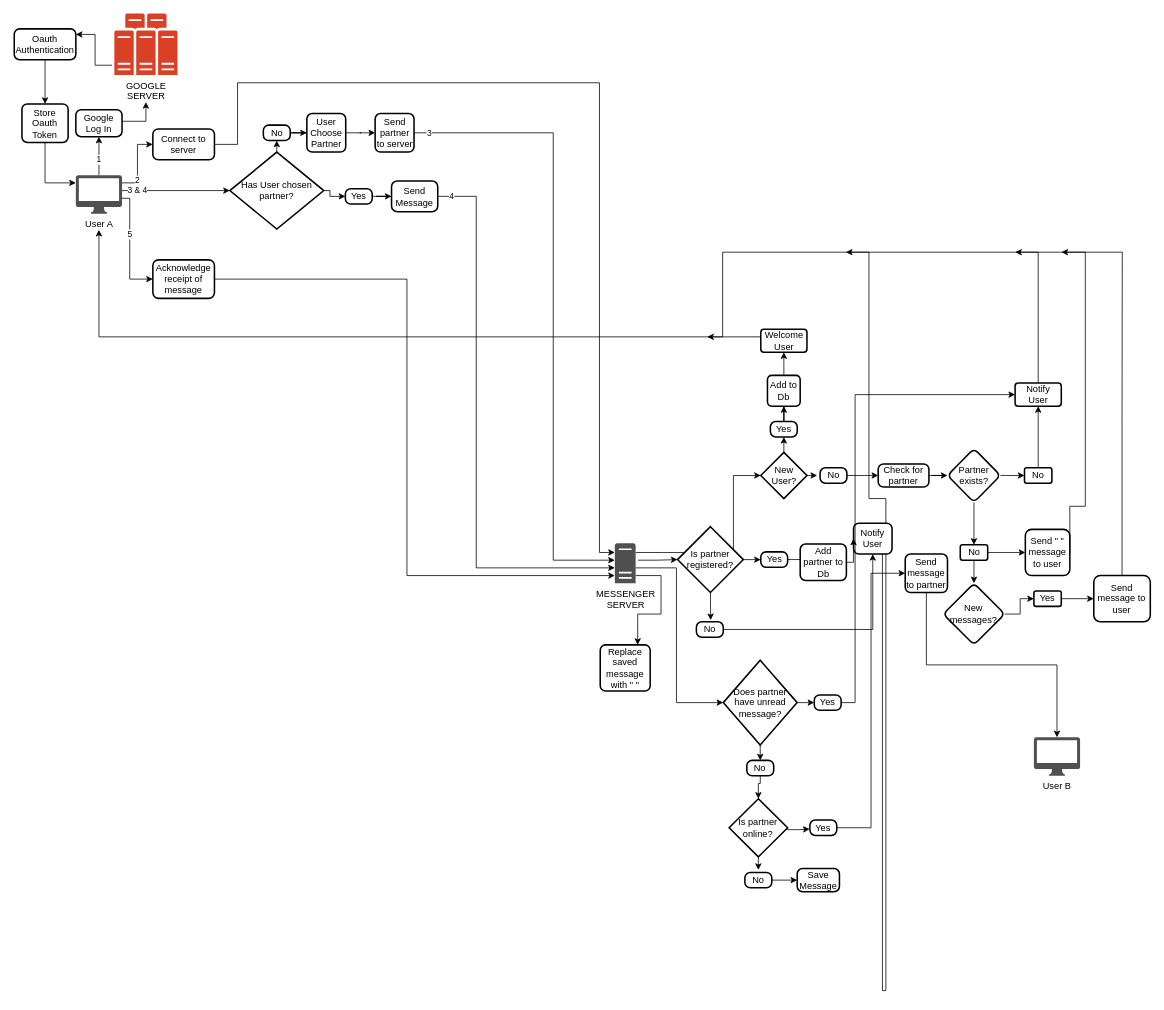
This is mini_messenger_flowchart.drawio from gitupwithit/mini_messenger_extension, a draw.io file, before an edit. Source tidied: cells renumbered, new cells numbered last; positions are measured from the earlier drawing's top-left corner, leaving out a move shared by most shapes. Both pictures are drawn from the tidied source at 77%, with x=0, y=0 at pixel (14, 13).
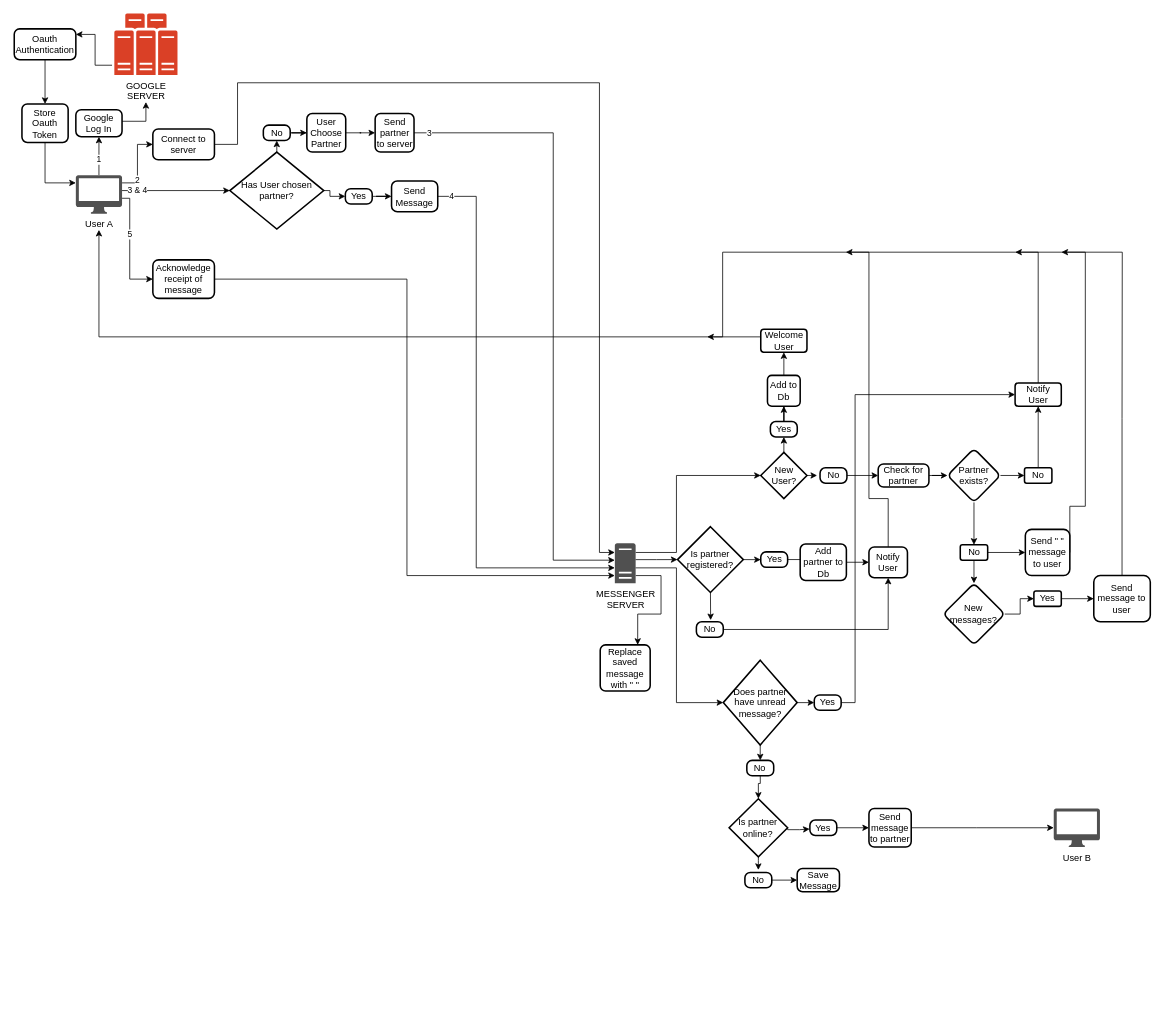
After the change.

The change refers to these unchanged cells:
```xml
<mxCell id="11" value="MESSENGER&lt;br&gt;SERVER" style="sketch=0;shadow=0;dashed=0;html=1;strokeColor=none;fillColor=#505050;labelPosition=center;verticalLabelPosition=bottom;verticalAlign=top;outlineConnect=0;align=center;shape=mxgraph.office.servers.server_generic;points=[[0.11,0.94,0,0,0],[0.5,1,0,0,34],[1,1,0,2,3]];" parent="1" vertex="1">
  <mxGeometry x="780" y="688" width="27" height="52" as="geometry" />
</mxCell>
<mxCell id="19" value="New User?" style="strokeWidth=2;html=1;shape=mxgraph.flowchart.decision;whiteSpace=wrap;" parent="1" vertex="1">
  <mxGeometry x="969.5" y="570" width="60" height="60" as="geometry" />
</mxCell>
<mxCell id="61" value="&lt;span style=&quot;background-color: initial;&quot;&gt;Is partner registered?&lt;/span&gt;" style="strokeWidth=2;html=1;shape=mxgraph.flowchart.decision;whiteSpace=wrap;" parent="1" vertex="1">
  <mxGeometry x="861.4" y="666.5" width="85.5" height="85.5" as="geometry" />
</mxCell>
```

Change to the diagram source:
```diff
@@
     <mxCell id="9" style="edgeStyle=orthogonalEdgeStyle;rounded=0;jettySize=auto;html=1;entryX=0;entryY=0.5;entryDx=0;entryDy=0;entryPerimeter=0;jumpStyle=none;startArrow=none;startFill=0;strokeWidth=1;shadow=0;" parent="1" edge="1" source="11" target="19">
       <mxGeometry relative="1" as="geometry">
         <Array as="points">
-          <mxPoint x="934" y="700" />
-          <mxPoint x="934" y="600" />
+          <mxPoint x="860" y="700" />
+          <mxPoint x="860" y="600" />
         </Array>
       </mxGeometry>
     </mxCell>
@@
-    <mxCell id="62" style="edgeStyle=orthogonalEdgeStyle;rounded=0;jettySize=auto;html=1;exitX=1.111;exitY=0.423;exitDx=0;exitDy=0;exitPerimeter=0;entryX=0;entryY=0.5;entryDx=0;entryDy=0;entryPerimeter=0;" parent="1" edge="1" source="11" target="61">
-      <mxGeometry relative="1" as="geometry" />
+    <mxCell id="62" style="edgeStyle=orthogonalEdgeStyle;rounded=0;jettySize=auto;html=1;entryX=0;entryY=0.5;entryDx=0;entryDy=0;entryPerimeter=0;" parent="1" edge="1" source="11" target="61">
+      <mxGeometry relative="1" as="geometry">
+        <Array as="points">
+          <mxPoint x="834" y="710" />
+        </Array>
+      </mxGeometry>
     </mxCell>
@@
-    <mxCell id="68" style="edgeStyle=orthogonalEdgeStyle;rounded=0;jettySize=auto;html=1;exitX=0.75;exitY=0;exitDx=0;exitDy=0;" parent="1" edge="1" source="69">
+    <mxCell id="68" style="edgeStyle=orthogonalEdgeStyle;rounded=0;jettySize=auto;html=1;exitX=0.5;exitY=0;exitDx=0;exitDy=0;" parent="1" edge="1" source="69">
       <mxGeometry relative="1" as="geometry">
         <mxPoint x="1080" y="310" as="targetPoint" />
         <Array as="points">
-          <mxPoint x="1132" y="1269" />
-          <mxPoint x="1132" y="630" />
+          <mxPoint x="1135" y="630" />
           <mxPoint x="1110" y="630" />
           <mxPoint x="1110" y="310" />
         </Array>
       </mxGeometry>
     </mxCell>
     <mxCell id="69" value="Notify User" style="rounded=1;whiteSpace=wrap;html=1;absoluteArcSize=1;arcSize=14;strokeWidth=2;" parent="1" vertex="1">
-      <mxGeometry x="1090" y="662" width="50" height="40" as="geometry" />
+      <mxGeometry x="1110" y="692.8" width="50" height="40" as="geometry" />
     </mxCell>
@@
     <mxCell id="82" value="User B" style="sketch=0;shadow=0;dashed=0;html=1;strokeColor=none;fillColor=#505050;labelPosition=center;verticalLabelPosition=bottom;verticalAlign=top;outlineConnect=0;align=center;shape=mxgraph.office.devices.mac_client;points=[[0,0,0,-37,-3],[0.5,1,0,0,21]];" parent="1" vertex="1">
-      <mxGeometry x="1324.2" y="940" width="60" height="50" as="geometry" />
+      <mxGeometry x="1350" y="1032.5" width="60" height="50" as="geometry" />
     </mxCell>
     <mxCell id="83" value="Send message to partner" style="rounded=1;whiteSpace=wrap;html=1;absoluteArcSize=1;arcSize=14;strokeWidth=2;" parent="1" vertex="1">
-      <mxGeometry x="1157.1" y="702" width="54.9" height="50" as="geometry" />
+      <mxGeometry x="1110" y="1032.5" width="54.9" height="50" as="geometry" />
     </mxCell>
-    <mxCell id="84" style="edgeStyle=orthogonalEdgeStyle;rounded=0;jettySize=auto;html=1;exitX=0.5;exitY=1;exitDx=0;exitDy=0;" parent="1" edge="1" source="83" target="82">
-      <mxGeometry relative="1" as="geometry" />
+    <mxCell id="84" style="edgeStyle=orthogonalEdgeStyle;rounded=0;jettySize=auto;html=1;exitX=1;exitY=0.5;exitDx=0;exitDy=0;" parent="1" edge="1" source="83" target="82">
+      <mxGeometry relative="1" as="geometry">
+        <Array as="points">
+          <mxPoint x="1250" y="1058" />
+          <mxPoint x="1290" y="1058" />
+        </Array>
+      </mxGeometry>
     </mxCell>
```
